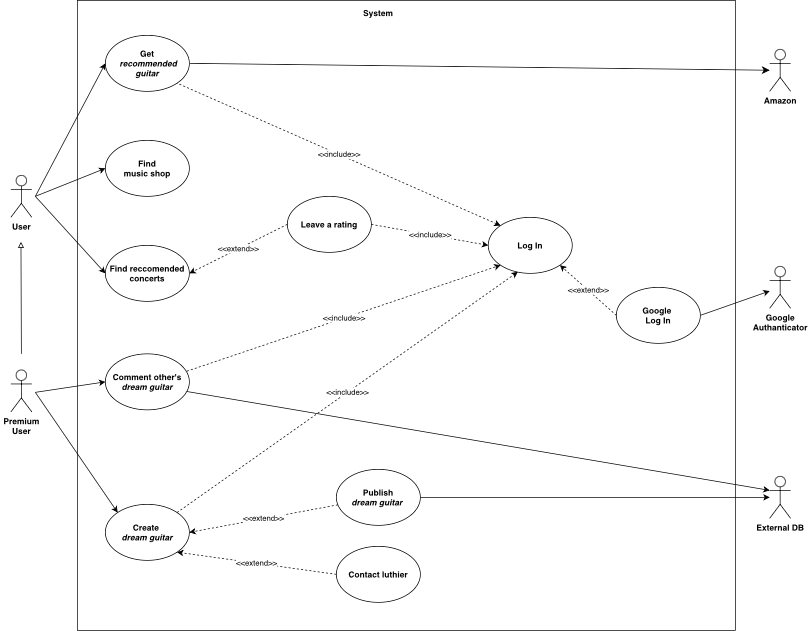
The draw.io diagram Progetto.drawio .png in TizianoLilli/ISPW-Project, before a commit. Source tidied: cells renumbered, new cells last; positions are measured from the earlier drawing's top-left corner, leaving out a move shared by most shapes.
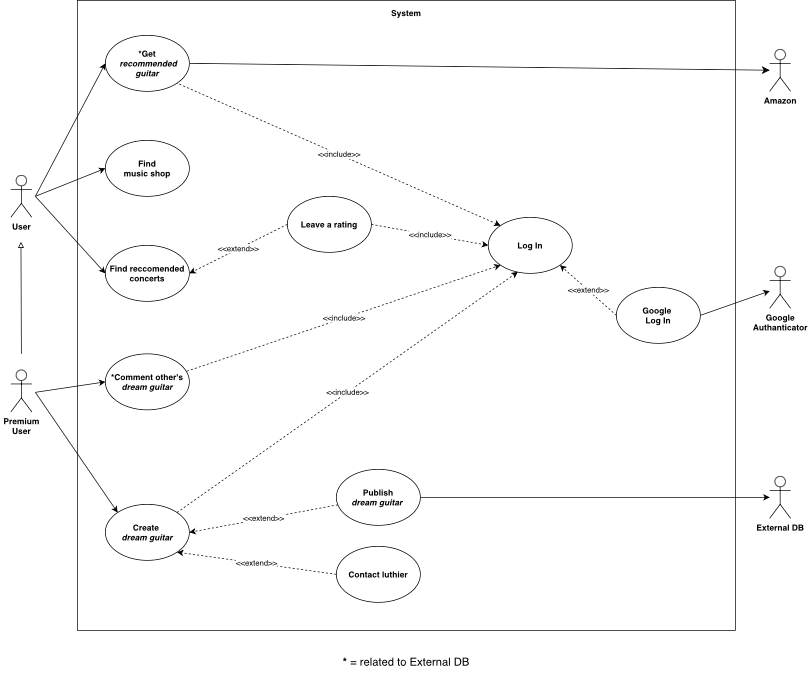
After the change.

What changed in the source:
```diff
@@ -28,7 +28,7 @@
     <mxCell id="9" style="edgeStyle=none;curved=1;rounded=0;jettySize=auto;html=1;exitX=1;exitY=0.5;exitDx=0;exitDy=0;fontSize=12;startSize=8;endSize=8;" parent="1" edge="1" source="10" target="36">
       <mxGeometry relative="1" as="geometry" />
     </mxCell>
-    <mxCell id="10" value="&lt;b&gt;Get&lt;/b&gt;&lt;div&gt;&lt;b&gt;&amp;nbsp;&lt;i&gt;recommended guitar&lt;/i&gt;&lt;/b&gt;&lt;/div&gt;" style="ellipse;whiteSpace=wrap;html=1;" parent="1" vertex="1">
+    <mxCell id="10" value="&lt;b&gt;*Get&lt;/b&gt;&lt;div&gt;&lt;b&gt;&amp;nbsp;&lt;i&gt;recommended guitar&lt;/i&gt;&lt;/b&gt;&lt;/div&gt;" style="ellipse;whiteSpace=wrap;html=1;" parent="1" vertex="1">
       <mxGeometry x="135" y="50" width="120" height="80" as="geometry" />
     </mxCell>
     <mxCell id="11" style="endArrow=classic;html=1;rounded=0;entryX=0;entryY=0.5;entryDx=0;entryDy=0;" parent="1" edge="1" target="10">
@@ -60,9 +60,9 @@
       <mxGeometry relative="1" as="geometry" />
     </mxCell>
     <mxCell id="19" value="&lt;b&gt;System&lt;/b&gt;&lt;div&gt;&lt;br&gt;&lt;/div&gt;" style="text;html=1;align=center;verticalAlign=middle;whiteSpace=wrap;rounded=0;" parent="1" vertex="1">
-      <mxGeometry x="495" y="10" width="60" height="30" as="geometry" />
+      <mxGeometry x="535" y="10" width="60" height="30" as="geometry" />
     </mxCell>
-    <mxCell id="20" value="&lt;b&gt;Comment other's&lt;/b&gt;&lt;div&gt;&lt;b&gt;&lt;i&gt;dream guitar&lt;/i&gt;&lt;/b&gt;&lt;/div&gt;" style="ellipse;whiteSpace=wrap;html=1;" parent="1" vertex="1">
+    <mxCell id="20" value="&lt;b&gt;*Comment other's&lt;/b&gt;&lt;div&gt;&lt;b&gt;&lt;i&gt;dream guitar&lt;/i&gt;&lt;/b&gt;&lt;/div&gt;" style="ellipse;whiteSpace=wrap;html=1;" parent="1" vertex="1">
       <mxGeometry x="135" y="505" width="120" height="80" as="geometry" />
     </mxCell>
     <mxCell id="21" style="endArrow=classic;html=1;rounded=0;entryX=0;entryY=0.5;entryDx=0;entryDy=0;" parent="1" edge="1" target="20">
@@ -93,9 +93,6 @@
     <mxCell id="28" style="endArrow=classic;html=1;rounded=0;exitX=1;exitY=0.5;exitDx=0;exitDy=0;" parent="1" edge="1" source="24" target="23">
       <mxGeometry relative="1" as="geometry" />
     </mxCell>
-    <mxCell id="29" style="endArrow=classic;html=1;rounded=0;exitX=0.969;exitY=0.672;exitDx=0;exitDy=0;exitPerimeter=0;entryX=0;entryY=0.3333333333333333;entryDx=0;entryDy=0;entryPerimeter=0;" parent="1" edge="1" source="20" target="23">
-      <mxGeometry relative="1" as="geometry" />
-    </mxCell>
     <mxCell id="30" value="&lt;b&gt;Leave a rating&lt;/b&gt;" style="ellipse;whiteSpace=wrap;html=1;" parent="1" vertex="1">
       <mxGeometry x="395" y="280" width="120" height="80" as="geometry" />
     </mxCell>
@@ -120,5 +117,8 @@
     <mxCell id="36" value="&lt;b&gt;Amazon&lt;/b&gt;" style="shape=umlActor;verticalLabelPosition=bottom;verticalAlign=top;html=1;outlineConnect=0;" parent="1" vertex="1">
       <mxGeometry x="1084" y="70" width="30" height="60" as="geometry" />
     </mxCell>
+    <mxCell id="37" value="&lt;b&gt;* &lt;/b&gt;= related to External DB" style="text;strokeColor=none;fillColor=none;html=1;align=center;verticalAlign=middle;whiteSpace=wrap;rounded=0;fontSize=16;" parent="1" vertex="1">
+      <mxGeometry x="460" y="930" width="210" height="30" as="geometry" />
+    </mxCell>
   </root>
 </mxGraphModel>
```
